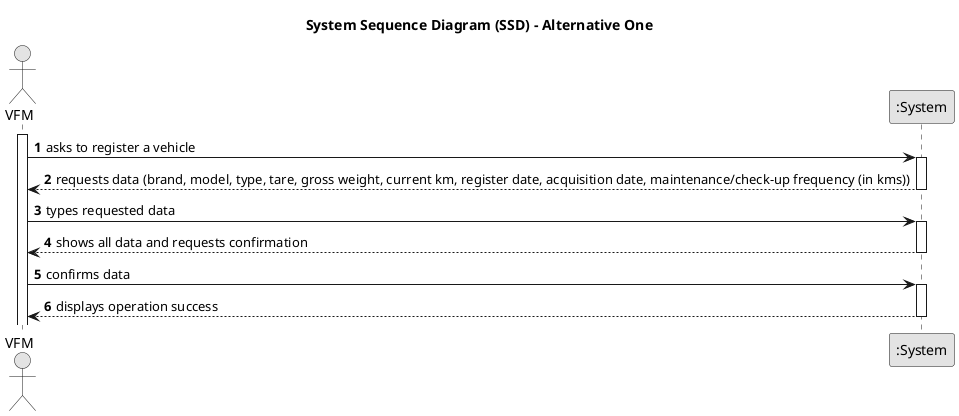
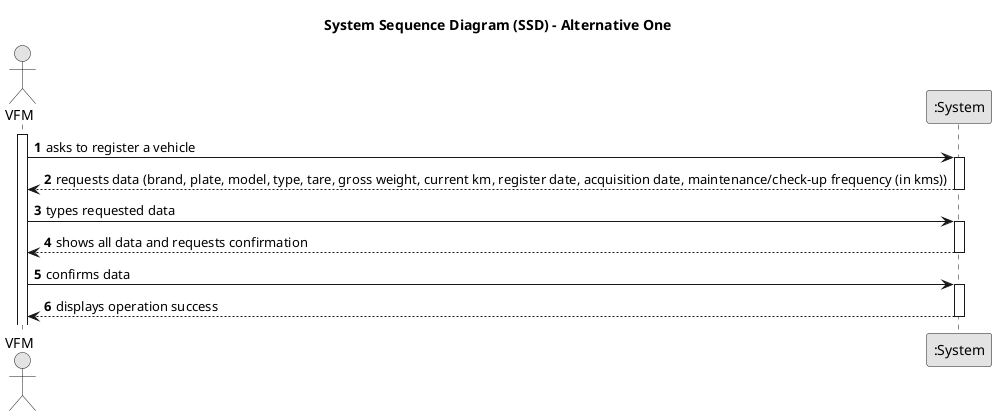
@startuml
skinparam monochrome true
skinparam packageStyle rectangle
skinparam shadowing false

title System Sequence Diagram (SSD) - Alternative One

autonumber

actor "VFM" as VFM
participant ":System" as System

activate VFM

    VFM -> System : asks to register a vehicle
    activate System

-         System --> VFM : requests data (brand, model, type, tare, gross weight, current km, register date, acquisition date, maintenance/check-up frequency (in kms))
+         System --> VFM : requests data (brand, plate, model, type, tare, gross weight, current km, register date, acquisition date, maintenance/check-up frequency (in kms))
    deactivate System

    VFM -> System : types requested data
    activate System

        System --> VFM : shows all data and requests confirmation
    deactivate System

    VFM -> System : confirms data
    activate System

        System --> VFM : displays operation success
    deactivate System

@enduml